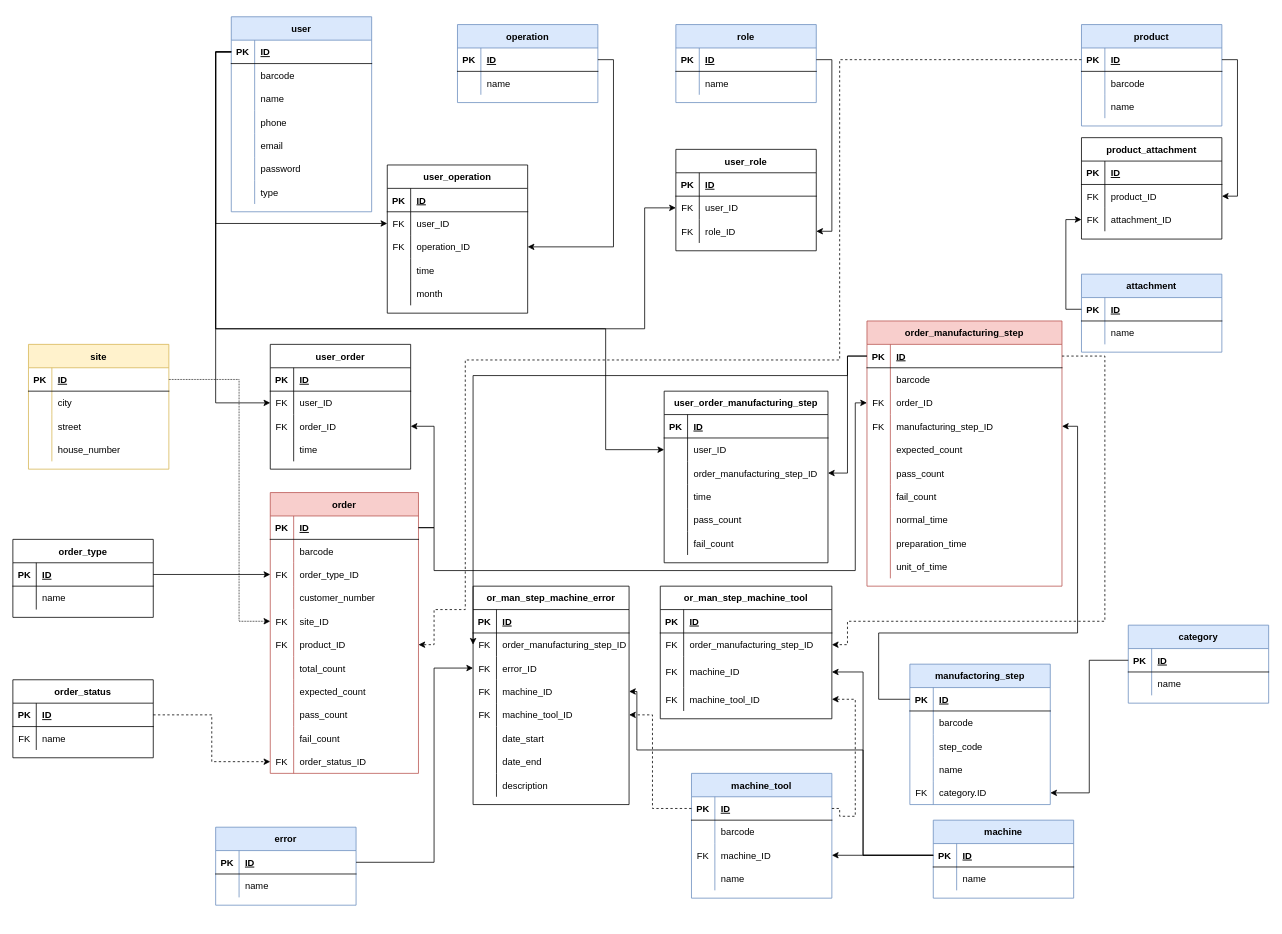
The draw.io diagram DOC/diagrams/database_plan_2_0_0.drawio in KerteszZoltan/mesterminal, before the edit. Source tidied: cells renumbered, new cells numbered last; positions are measured from the earlier drawing's top-left corner, leaving out a move shared by most shapes. Both pictures are drawn from the tidied source at 78%, with x=0, y=0 at pixel (12, 16).
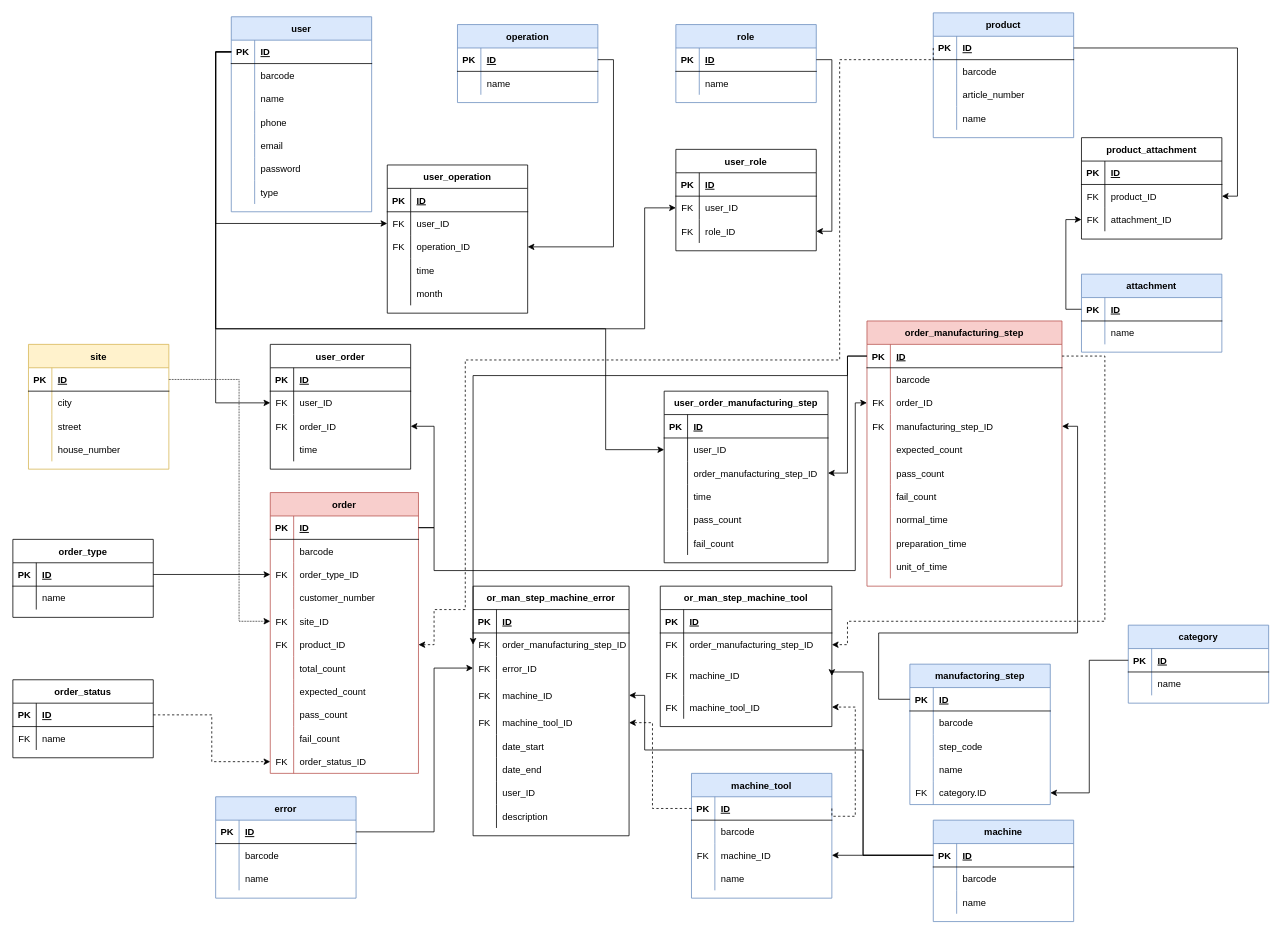
The same diagram, later.

Commit message:
table content update

Unchanged cells that the change refers to:
```xml
<mxCell id="118" style="shape=partialRectangle;fillColor=none;top=0;left=0;bottom=1;right=0;points=[[0,0.5],[1,0.5]];portConstraint=eastwest;" parent="117" vertex="1">
  <mxGeometry y="30" width="180" height="30" as="geometry" />
</mxCell>
<mxCell id="121" style="shape=partialRectangle;fillColor=none;top=0;left=0;bottom=0;right=0;" parent="117" vertex="1">
  <mxGeometry y="60" width="180" height="30" as="geometry" />
</mxCell>
<mxCell id="131" style="shape=partialRectangle;fillColor=none;top=0;left=0;bottom=0;right=0;points=[[0,0.5],[1,0.5]];portConstraint=eastwest;" parent="124" vertex="1">
  <mxGeometry y="90" width="200" height="30" as="geometry" />
</mxCell>
<mxCell id="150" style="shape=partialRectangle;fillColor=none;top=0;left=0;bottom=1;right=0;points=[[0,0.5],[1,0.5]];portConstraint=eastwest;" parent="149" vertex="1">
  <mxGeometry y="30" width="180" height="30" as="geometry" />
</mxCell>
<mxCell id="153" style="shape=partialRectangle;fillColor=none;top=0;left=0;bottom=0;right=0;" parent="149" vertex="1">
  <mxGeometry y="60" width="180" height="30" as="geometry" />
</mxCell>
<mxCell id="279" style="shape=partialRectangle;fillColor=none;top=0;left=0;bottom=1;right=0;points=[[0,0.5],[1,0.5]];portConstraint=eastwest;" parent="278" vertex="1">
  <mxGeometry y="30" width="180" height="30" as="geometry" />
</mxCell>
```

Diff of the diagram source:
```diff
@@
     <mxCell id="117" value="error" style="shape=table;startSize=30;childLayout=tableLayout;rowLines=0;fontStyle=1;align=center;fillColor=#dae8fc;strokeColor=#6c8ebf;" parent="1" vertex="1">
-      <mxGeometry x="260" y="1039" width="180" height="100" as="geometry" />
+      <mxGeometry x="260" y="1000" width="180" height="130" as="geometry" />
     </mxCell>
@@
-    <mxCell id="123" value="name" style="shape=partialRectangle;fillColor=none;top=0;left=0;bottom=0;right=0;align=left;spacingLeft=6;overflow=hidden;" parent="121" vertex="1">
+    <mxCell id="123" value="barcode" style="shape=partialRectangle;fillColor=none;top=0;left=0;bottom=0;right=0;align=left;spacingLeft=6;overflow=hidden;" parent="121" vertex="1">
       <mxGeometry x="30" width="150" height="30" as="geometry" />
     </mxCell>
+    <mxCell id="328" style="shape=partialRectangle;fillColor=none;top=0;left=0;bottom=0;right=0;" parent="117" vertex="1">
+      <mxGeometry y="90" width="180" height="30" as="geometry" />
+    </mxCell>
+    <mxCell id="329" style="shape=partialRectangle;fillColor=none;top=0;left=0;bottom=0;right=0;overflow=hidden;" parent="328" vertex="1">
+      <mxGeometry width="30" height="30" as="geometry" />
+    </mxCell>
+    <mxCell id="330" value="name" style="shape=partialRectangle;fillColor=none;top=0;left=0;bottom=0;right=0;align=left;spacingLeft=6;overflow=hidden;" parent="328" vertex="1">
+      <mxGeometry x="30" width="150" height="30" as="geometry" />
+    </mxCell>
     <mxCell id="124" value="or_man_step_machine_error" style="shape=table;startSize=30;childLayout=tableLayout;rowLines=0;fontStyle=1;align=center;" parent="1" vertex="1">
-      <mxGeometry x="590" y="730" width="200" height="280" as="geometry" />
+      <mxGeometry x="590" y="730" width="200" height="320" as="geometry" />
     </mxCell>
@@
     <mxCell id="134" style="shape=partialRectangle;fillColor=none;top=0;left=0;bottom=0;right=0;points=[[0,0.5],[1,0.5]];portConstraint=eastwest;" parent="124" vertex="1">
-      <mxGeometry y="120" width="200" height="30" as="geometry" />
+      <mxGeometry y="120" width="200" height="40" as="geometry" />
     </mxCell>
     <mxCell id="135" value="FK" style="shape=partialRectangle;fillColor=none;top=0;left=0;bottom=0;right=0;overflow=hidden;" parent="134" vertex="1">
-      <mxGeometry width="30" height="30" as="geometry" />
+      <mxGeometry width="30" height="40" as="geometry" />
     </mxCell>
     <mxCell id="136" value="machine_ID" style="shape=partialRectangle;fillColor=none;top=0;left=0;bottom=0;right=0;align=left;spacingLeft=6;overflow=hidden;" parent="134" vertex="1">
-      <mxGeometry x="30" width="170" height="30" as="geometry" />
+      <mxGeometry x="30" width="170" height="40" as="geometry" />
     </mxCell>
     <mxCell id="137" style="shape=partialRectangle;fillColor=none;top=0;left=0;bottom=0;right=0;points=[[0,0.5],[1,0.5]];portConstraint=eastwest;" parent="124" vertex="1">
-      <mxGeometry y="150" width="200" height="30" as="geometry" />
+      <mxGeometry y="160" width="200" height="30" as="geometry" />
     </mxCell>
@@
     <mxCell id="140" style="shape=partialRectangle;fillColor=none;top=0;left=0;bottom=0;right=0;" parent="124" vertex="1">
-      <mxGeometry y="180" width="200" height="30" as="geometry" />
+      <mxGeometry y="190" width="200" height="30" as="geometry" />
     </mxCell>
@@
     <mxCell id="143" style="shape=partialRectangle;fillColor=none;top=0;left=0;bottom=0;right=0;" parent="124" vertex="1">
-      <mxGeometry y="210" width="200" height="30" as="geometry" />
+      <mxGeometry y="220" width="200" height="30" as="geometry" />
     </mxCell>
@@
+    <mxCell id="331" style="shape=partialRectangle;fillColor=none;top=0;left=0;bottom=0;right=0;" parent="124" vertex="1">
+      <mxGeometry y="250" width="200" height="30" as="geometry" />
+    </mxCell>
+    <mxCell id="332" style="shape=partialRectangle;fillColor=none;top=0;left=0;bottom=0;right=0;overflow=hidden;" parent="331" vertex="1">
+      <mxGeometry width="30" height="30" as="geometry" />
+    </mxCell>
+    <mxCell id="333" value="user_ID" style="shape=partialRectangle;fillColor=none;top=0;left=0;bottom=0;right=0;align=left;spacingLeft=6;overflow=hidden;" parent="331" vertex="1">
+      <mxGeometry x="30" width="170" height="30" as="geometry" />
+    </mxCell>
     <mxCell id="146" style="shape=partialRectangle;fillColor=none;top=0;left=0;bottom=0;right=0;" parent="124" vertex="1">
-      <mxGeometry y="240" width="200" height="30" as="geometry" />
+      <mxGeometry y="280" width="200" height="30" as="geometry" />
     </mxCell>
@@
     <mxCell id="149" value="machine" style="shape=table;startSize=30;childLayout=tableLayout;rowLines=0;fontStyle=1;align=center;fillColor=#dae8fc;strokeColor=#6c8ebf;" parent="1" vertex="1">
-      <mxGeometry x="1180" y="1030" width="180" height="100" as="geometry" />
+      <mxGeometry x="1180" y="1030" width="180" height="130" as="geometry" />
     </mxCell>
@@
-    <mxCell id="155" value="name" style="shape=partialRectangle;fillColor=none;top=0;left=0;bottom=0;right=0;align=left;spacingLeft=6;overflow=hidden;" parent="153" vertex="1">
+    <mxCell id="155" value="barcode" style="shape=partialRectangle;fillColor=none;top=0;left=0;bottom=0;right=0;align=left;spacingLeft=6;overflow=hidden;" parent="153" vertex="1">
       <mxGeometry x="30" width="150" height="30" as="geometry" />
     </mxCell>
+    <mxCell id="334" style="shape=partialRectangle;fillColor=none;top=0;left=0;bottom=0;right=0;" parent="149" vertex="1">
+      <mxGeometry y="90" width="180" height="30" as="geometry" />
+    </mxCell>
+    <mxCell id="335" style="shape=partialRectangle;fillColor=none;top=0;left=0;bottom=0;right=0;overflow=hidden;" parent="334" vertex="1">
+      <mxGeometry width="30" height="30" as="geometry" />
+    </mxCell>
+    <mxCell id="336" value="name" style="shape=partialRectangle;fillColor=none;top=0;left=0;bottom=0;right=0;align=left;spacingLeft=6;overflow=hidden;" parent="334" vertex="1">
+      <mxGeometry x="30" width="150" height="30" as="geometry" />
+    </mxCell>
     <mxCell id="156" value="or_man_step_machine_tool" style="shape=table;startSize=30;childLayout=tableLayout;rowLines=0;fontStyle=1;align=center;" parent="1" vertex="1">
-      <mxGeometry x="830" y="730" width="220" height="170" as="geometry" />
+      <mxGeometry x="830" y="730" width="220" height="180" as="geometry" />
     </mxCell>
@@
     <mxCell id="163" style="shape=partialRectangle;fillColor=none;top=0;left=0;bottom=0;right=0;points=[[0,0.5],[1,0.5]];portConstraint=eastwest;" parent="156" vertex="1">
-      <mxGeometry y="90" width="220" height="40" as="geometry" />
+      <mxGeometry y="90" width="220" height="50" as="geometry" />
     </mxCell>
     <mxCell id="164" value="FK" style="shape=partialRectangle;fillColor=none;top=0;left=0;bottom=0;right=0;overflow=hidden;" parent="163" vertex="1">
-      <mxGeometry width="30" height="40" as="geometry" />
+      <mxGeometry width="30" height="50" as="geometry" />
     </mxCell>
     <mxCell id="165" value="machine_ID" style="shape=partialRectangle;fillColor=none;top=0;left=0;bottom=0;right=0;align=left;spacingLeft=6;overflow=hidden;" parent="163" vertex="1">
-      <mxGeometry x="30" width="190" height="40" as="geometry" />
+      <mxGeometry x="30" width="190" height="50" as="geometry" />
     </mxCell>
     <mxCell id="166" style="shape=partialRectangle;fillColor=none;top=0;left=0;bottom=0;right=0;points=[[0,0.5],[1,0.5]];portConstraint=eastwest;" parent="156" vertex="1">
-      <mxGeometry y="130" width="220" height="30" as="geometry" />
+      <mxGeometry y="140" width="220" height="30" as="geometry" />
     </mxCell>
@@
     <mxCell id="190" value="product" style="shape=table;startSize=30;childLayout=tableLayout;rowLines=0;fontStyle=1;align=center;fillColor=#dae8fc;strokeColor=#6c8ebf;" parent="1" vertex="1">
-      <mxGeometry x="1370" y="10" width="180" height="130" as="geometry" />
+      <mxGeometry x="1180" y="-5" width="180" height="160" as="geometry" />
     </mxCell>
@@
+    <mxCell id="337" style="shape=partialRectangle;fillColor=none;top=0;left=0;bottom=0;right=0;" parent="190" vertex="1">
+      <mxGeometry y="90" width="180" height="30" as="geometry" />
+    </mxCell>
+    <mxCell id="338" style="shape=partialRectangle;fillColor=none;top=0;left=0;bottom=0;right=0;overflow=hidden;" parent="337" vertex="1">
+      <mxGeometry width="30" height="30" as="geometry" />
+    </mxCell>
+    <mxCell id="339" value="article_number" style="shape=partialRectangle;fillColor=none;top=0;left=0;bottom=0;right=0;align=left;spacingLeft=6;overflow=hidden;" parent="337" vertex="1">
+      <mxGeometry x="30" width="150" height="30" as="geometry" />
+    </mxCell>
     <mxCell id="197" style="shape=partialRectangle;fillColor=none;top=0;left=0;bottom=0;right=0;" parent="190" vertex="1">
-      <mxGeometry y="90" width="180" height="30" as="geometry" />
+      <mxGeometry y="120" width="180" height="30" as="geometry" />
     </mxCell>
@@
     <mxCell id="291" style="edgeStyle=orthogonalEdgeStyle;rounded=0;jettySize=auto;html=1;exitX=0;exitY=0.5;exitDx=0;exitDy=0;entryX=1;entryY=0.5;entryDx=0;entryDy=0;" parent="1" edge="1" source="150" target="134">
       <mxGeometry relative="1" as="geometry">
         <Array as="points">
           <mxPoint x="1090" y="1075" />
           <mxPoint x="1090" y="940" />
-          <mxPoint x="800" y="940" />
-          <mxPoint x="800" y="865" />
+          <mxPoint x="810" y="940" />
+          <mxPoint x="810" y="870" />
         </Array>
       </mxGeometry>
     </mxCell>
@@
     <mxCell id="303" style="edgeStyle=orthogonalEdgeStyle;rounded=0;jettySize=auto;html=1;exitX=1;exitY=0.5;exitDx=0;exitDy=0;entryX=0;entryY=0.5;entryDx=0;entryDy=0;" parent="1" edge="1" source="118" target="131">
       <mxGeometry relative="1" as="geometry">
         <Array as="points">
-          <mxPoint x="540" y="1084" />
+          <mxPoint x="540" y="1045" />
           <mxPoint x="540" y="835" />
         </Array>
       </mxGeometry>
     </mxCell>
     <mxCell id="304" style="edgeStyle=orthogonalEdgeStyle;rounded=0;jettySize=auto;html=1;exitX=0;exitY=0.5;exitDx=0;exitDy=0;entryX=1;entryY=0.5;entryDx=0;entryDy=0;dashed=1;" parent="1" edge="1" source="279" target="137">
       <mxGeometry relative="1" as="geometry">
         <Array as="points">
           <mxPoint x="820" y="1015" />
-          <mxPoint x="820" y="895" />
+          <mxPoint x="820" y="905" />
         </Array>
       </mxGeometry>
     </mxCell>
```
